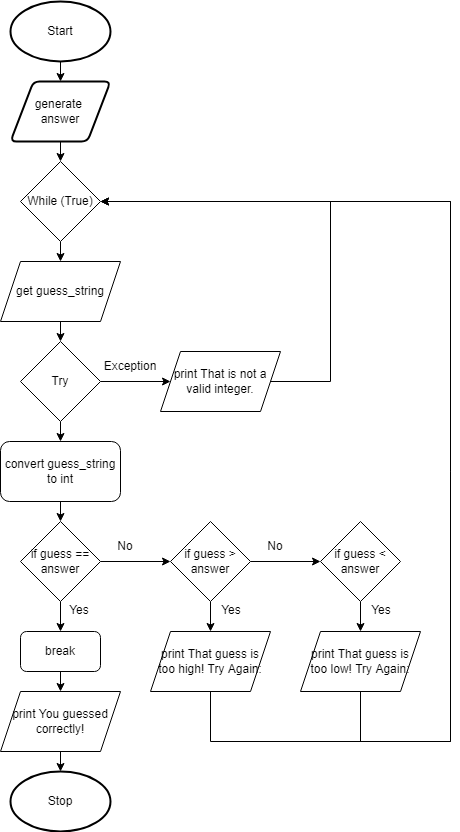
This is drawio/flowchart/flowchart.png from Aidan-Lalonde-Novales/ICS3U-Unit4-04-Python, a draw.io export, as it was before one commit. Source tidied: cells renumbered, new cells last; positions are measured from the earlier drawing's top-left corner, leaving out a move shared by most shapes. The source it was exported from:
```xml
<mxGraphModel>
  <root>
    <mxCell id="0" />
    <mxCell id="1" parent="0" />
    <mxCell id="2" style="edgeStyle=none;html=1;exitX=0.5;exitY=1;exitDx=0;exitDy=0;exitPerimeter=0;entryX=0.5;entryY=0;entryDx=0;entryDy=0;" parent="1" edge="1" source="3" target="5">
      <mxGeometry relative="1" as="geometry" />
    </mxCell>
    <mxCell id="3" value="Start" style="strokeWidth=2;html=1;shape=mxgraph.flowchart.start_1;whiteSpace=wrap;" parent="1" vertex="1">
      <mxGeometry x="10" width="100" height="60" as="geometry" />
    </mxCell>
    <mxCell id="4" style="edgeStyle=none;html=1;exitX=0.5;exitY=1;exitDx=0;exitDy=0;" parent="1" edge="1" source="5">
      <mxGeometry relative="1" as="geometry">
        <mxPoint x="60" y="160" as="targetPoint" />
      </mxGeometry>
    </mxCell>
    <mxCell id="5" value="generate &lt;br&gt;answer" style="shape=parallelogram;html=1;strokeWidth=2;perimeter=parallelogramPerimeter;whiteSpace=wrap;rounded=1;arcSize=12;size=0.23;" parent="1" vertex="1">
      <mxGeometry x="10" y="80" width="100" height="60" as="geometry" />
    </mxCell>
    <mxCell id="6" value="Stop" style="strokeWidth=2;html=1;shape=mxgraph.flowchart.start_1;whiteSpace=wrap;" parent="1" vertex="1">
      <mxGeometry x="10" y="770" width="100" height="60" as="geometry" />
    </mxCell>
    <mxCell id="7" style="edgeStyle=none;html=1;exitX=0.5;exitY=1;exitDx=0;exitDy=0;entryX=0.5;entryY=0;entryDx=0;entryDy=0;" parent="1" edge="1" source="8" target="13">
      <mxGeometry relative="1" as="geometry" />
    </mxCell>
    <mxCell id="8" value="While (True)" style="rhombus;whiteSpace=wrap;html=1;" parent="1" vertex="1">
      <mxGeometry x="20" y="160" width="80" height="80" as="geometry" />
    </mxCell>
    <mxCell id="9" style="edgeStyle=none;html=1;exitX=1;exitY=0.5;exitDx=0;exitDy=0;entryX=0;entryY=0.5;entryDx=0;entryDy=0;" parent="1" edge="1" source="11" target="15">
      <mxGeometry relative="1" as="geometry" />
    </mxCell>
    <mxCell id="10" style="edgeStyle=none;rounded=0;html=1;exitX=0.5;exitY=1;exitDx=0;exitDy=0;entryX=0.5;entryY=0;entryDx=0;entryDy=0;" parent="1" edge="1" source="11" target="17">
      <mxGeometry relative="1" as="geometry" />
    </mxCell>
    <mxCell id="11" value="Try" style="rhombus;whiteSpace=wrap;html=1;" parent="1" vertex="1">
      <mxGeometry x="20" y="340" width="80" height="80" as="geometry" />
    </mxCell>
    <mxCell id="12" style="edgeStyle=none;html=1;exitX=0.5;exitY=1;exitDx=0;exitDy=0;entryX=0.5;entryY=0;entryDx=0;entryDy=0;" parent="1" edge="1" source="13" target="11">
      <mxGeometry relative="1" as="geometry" />
    </mxCell>
    <mxCell id="13" value="get guess_string" style="shape=parallelogram;perimeter=parallelogramPerimeter;whiteSpace=wrap;html=1;fixedSize=1;" parent="1" vertex="1">
      <mxGeometry y="260" width="120" height="60" as="geometry" />
    </mxCell>
    <mxCell id="14" style="edgeStyle=none;html=1;exitX=1;exitY=0.5;exitDx=0;exitDy=0;entryX=1;entryY=0.5;entryDx=0;entryDy=0;rounded=0;" parent="1" edge="1" source="15" target="8">
      <mxGeometry relative="1" as="geometry">
        <Array as="points">
          <mxPoint x="330" y="380" />
          <mxPoint x="330" y="200" />
        </Array>
      </mxGeometry>
    </mxCell>
    <mxCell id="15" value="print That is not a valid integer." style="shape=parallelogram;perimeter=parallelogramPerimeter;whiteSpace=wrap;html=1;fixedSize=1;" parent="1" vertex="1">
      <mxGeometry x="160" y="350" width="120" height="60" as="geometry" />
    </mxCell>
    <mxCell id="16" style="edgeStyle=none;rounded=0;html=1;exitX=0.5;exitY=1;exitDx=0;exitDy=0;entryX=0.5;entryY=0;entryDx=0;entryDy=0;" parent="1" edge="1" source="17" target="20">
      <mxGeometry relative="1" as="geometry" />
    </mxCell>
    <mxCell id="17" value="convert guess_string to int" style="rounded=1;whiteSpace=wrap;html=1;" parent="1" vertex="1">
      <mxGeometry y="440" width="120" height="60" as="geometry" />
    </mxCell>
    <mxCell id="18" style="edgeStyle=none;rounded=0;html=1;exitX=0.5;exitY=1;exitDx=0;exitDy=0;entryX=0.5;entryY=0;entryDx=0;entryDy=0;" parent="1" edge="1" source="20" target="24">
      <mxGeometry relative="1" as="geometry" />
    </mxCell>
    <mxCell id="19" style="edgeStyle=none;rounded=0;html=1;exitX=1;exitY=0.5;exitDx=0;exitDy=0;entryX=0;entryY=0.5;entryDx=0;entryDy=0;" parent="1" edge="1" source="20" target="28">
      <mxGeometry relative="1" as="geometry" />
    </mxCell>
    <mxCell id="20" value="if guess == answer" style="rhombus;whiteSpace=wrap;html=1;" parent="1" vertex="1">
      <mxGeometry x="20" y="520" width="80" height="80" as="geometry" />
    </mxCell>
    <mxCell id="21" style="edgeStyle=none;rounded=0;html=1;exitX=0.5;exitY=1;exitDx=0;exitDy=0;entryX=0.5;entryY=0;entryDx=0;entryDy=0;entryPerimeter=0;" parent="1" edge="1" source="22" target="6">
      <mxGeometry relative="1" as="geometry" />
    </mxCell>
    <mxCell id="22" value="print You guessed correctly!" style="shape=parallelogram;perimeter=parallelogramPerimeter;whiteSpace=wrap;html=1;fixedSize=1;" parent="1" vertex="1">
      <mxGeometry y="690" width="120" height="60" as="geometry" />
    </mxCell>
    <mxCell id="23" style="edgeStyle=none;rounded=0;html=1;exitX=0.5;exitY=1;exitDx=0;exitDy=0;entryX=0.5;entryY=0;entryDx=0;entryDy=0;" parent="1" edge="1" source="24" target="22">
      <mxGeometry relative="1" as="geometry" />
    </mxCell>
    <mxCell id="24" value="break" style="rounded=1;whiteSpace=wrap;html=1;" parent="1" vertex="1">
      <mxGeometry x="20" y="630" width="80" height="40" as="geometry" />
    </mxCell>
    <mxCell id="25" value="Yes" style="text;html=1;strokeColor=none;fillColor=none;align=center;verticalAlign=middle;whiteSpace=wrap;rounded=0;" parent="1" vertex="1">
      <mxGeometry x="64" y="594" width="30" height="30" as="geometry" />
    </mxCell>
    <mxCell id="26" style="edgeStyle=none;rounded=0;html=1;exitX=0.5;exitY=1;exitDx=0;exitDy=0;entryX=0.5;entryY=0;entryDx=0;entryDy=0;" parent="1" edge="1" source="28" target="31">
      <mxGeometry relative="1" as="geometry" />
    </mxCell>
    <mxCell id="27" style="edgeStyle=none;rounded=0;html=1;exitX=1;exitY=0.5;exitDx=0;exitDy=0;entryX=0;entryY=0.5;entryDx=0;entryDy=0;" parent="1" edge="1" source="28" target="34">
      <mxGeometry relative="1" as="geometry" />
    </mxCell>
    <mxCell id="28" value="if guess &amp;gt; answer" style="rhombus;whiteSpace=wrap;html=1;" parent="1" vertex="1">
      <mxGeometry x="170" y="520" width="80" height="80" as="geometry" />
    </mxCell>
    <mxCell id="29" value="No" style="text;html=1;strokeColor=none;fillColor=none;align=center;verticalAlign=middle;whiteSpace=wrap;rounded=0;" parent="1" vertex="1">
      <mxGeometry x="110" y="530" width="30" height="30" as="geometry" />
    </mxCell>
    <mxCell id="30" style="edgeStyle=none;rounded=0;html=1;exitX=0.5;exitY=1;exitDx=0;exitDy=0;entryX=1;entryY=0.5;entryDx=0;entryDy=0;" parent="1" edge="1" source="31" target="8">
      <mxGeometry relative="1" as="geometry">
        <Array as="points">
          <mxPoint x="210" y="740" />
          <mxPoint x="450" y="740" />
          <mxPoint x="450" y="200" />
        </Array>
      </mxGeometry>
    </mxCell>
    <mxCell id="31" value="print That guess is too high! Try Again:" style="shape=parallelogram;perimeter=parallelogramPerimeter;whiteSpace=wrap;html=1;fixedSize=1;" parent="1" vertex="1">
      <mxGeometry x="150" y="630" width="120" height="60" as="geometry" />
    </mxCell>
    <mxCell id="32" value="Yes" style="text;html=1;strokeColor=none;fillColor=none;align=center;verticalAlign=middle;whiteSpace=wrap;rounded=0;" parent="1" vertex="1">
      <mxGeometry x="216" y="594" width="30" height="30" as="geometry" />
    </mxCell>
    <mxCell id="33" style="edgeStyle=none;rounded=0;html=1;exitX=0.5;exitY=1;exitDx=0;exitDy=0;entryX=0.5;entryY=0;entryDx=0;entryDy=0;" parent="1" edge="1" source="34" target="37">
      <mxGeometry relative="1" as="geometry" />
    </mxCell>
    <mxCell id="34" value="if guess &amp;lt; answer" style="rhombus;whiteSpace=wrap;html=1;" parent="1" vertex="1">
      <mxGeometry x="320" y="520" width="80" height="80" as="geometry" />
    </mxCell>
    <mxCell id="35" value="No" style="text;html=1;strokeColor=none;fillColor=none;align=center;verticalAlign=middle;whiteSpace=wrap;rounded=0;" parent="1" vertex="1">
      <mxGeometry x="260" y="530" width="30" height="30" as="geometry" />
    </mxCell>
    <mxCell id="36" style="edgeStyle=none;rounded=0;html=1;exitX=0.5;exitY=1;exitDx=0;exitDy=0;entryX=1;entryY=0.5;entryDx=0;entryDy=0;" parent="1" edge="1" source="37" target="8">
      <mxGeometry relative="1" as="geometry">
        <Array as="points">
          <mxPoint x="360" y="740" />
          <mxPoint x="450" y="740" />
          <mxPoint x="450" y="200" />
        </Array>
      </mxGeometry>
    </mxCell>
    <mxCell id="37" value="print That guess is too low! Try Again:" style="shape=parallelogram;perimeter=parallelogramPerimeter;whiteSpace=wrap;html=1;fixedSize=1;" parent="1" vertex="1">
      <mxGeometry x="300" y="630" width="120" height="60" as="geometry" />
    </mxCell>
    <mxCell id="38" value="Yes" style="text;html=1;strokeColor=none;fillColor=none;align=center;verticalAlign=middle;whiteSpace=wrap;rounded=0;" parent="1" vertex="1">
      <mxGeometry x="366" y="594" width="30" height="30" as="geometry" />
    </mxCell>
    <mxCell id="39" value="Exception" style="text;html=1;strokeColor=none;fillColor=none;align=center;verticalAlign=middle;whiteSpace=wrap;rounded=0;" parent="1" vertex="1">
      <mxGeometry x="100" y="350" width="60" height="30" as="geometry" />
    </mxCell>
  </root>
</mxGraphModel>
```
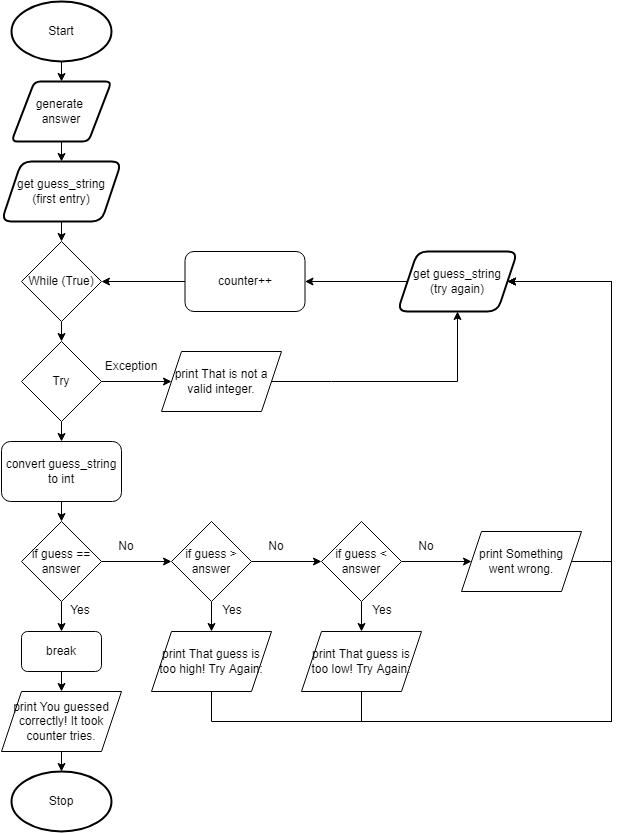
Later version of the same file.

What changed in the source:
```diff
@@ -19,11 +19,11 @@
     <mxCell id="6" value="Stop" style="strokeWidth=2;html=1;shape=mxgraph.flowchart.start_1;whiteSpace=wrap;" parent="1" vertex="1">
       <mxGeometry x="10" y="770" width="100" height="60" as="geometry" />
     </mxCell>
-    <mxCell id="7" style="edgeStyle=none;html=1;exitX=0.5;exitY=1;exitDx=0;exitDy=0;entryX=0.5;entryY=0;entryDx=0;entryDy=0;" parent="1" edge="1" source="8" target="13">
-      <mxGeometry relative="1" as="geometry" />
-    </mxCell>
+    <mxCell id="40" style="edgeStyle=none;html=1;exitX=0.5;exitY=1;exitDx=0;exitDy=0;entryX=0.5;entryY=0;entryDx=0;entryDy=0;" parent="1" edge="1" source="8" target="11">
+      <mxGeometry relative="1" as="geometry" />
+    </mxCell>
     <mxCell id="8" value="While (True)" style="rhombus;whiteSpace=wrap;html=1;" parent="1" vertex="1">
-      <mxGeometry x="20" y="160" width="80" height="80" as="geometry" />
+      <mxGeometry x="20" y="240" width="80" height="80" as="geometry" />
     </mxCell>
     <mxCell id="9" style="edgeStyle=none;html=1;exitX=1;exitY=0.5;exitDx=0;exitDy=0;entryX=0;entryY=0.5;entryDx=0;entryDy=0;" parent="1" edge="1" source="11" target="15">
       <mxGeometry relative="1" as="geometry" />
@@ -34,17 +34,17 @@
     <mxCell id="11" value="Try" style="rhombus;whiteSpace=wrap;html=1;" parent="1" vertex="1">
       <mxGeometry x="20" y="340" width="80" height="80" as="geometry" />
     </mxCell>
-    <mxCell id="12" style="edgeStyle=none;html=1;exitX=0.5;exitY=1;exitDx=0;exitDy=0;entryX=0.5;entryY=0;entryDx=0;entryDy=0;" parent="1" edge="1" source="13" target="11">
-      <mxGeometry relative="1" as="geometry" />
-    </mxCell>
+    <mxCell id="41" style="edgeStyle=none;html=1;exitX=0.5;exitY=1;exitDx=0;exitDy=0;entryX=0.5;entryY=0;entryDx=0;entryDy=0;" parent="1" edge="1" source="13" target="8">
+      <mxGeometry relative="1" as="geometry" />
+    </mxCell>
-    <mxCell id="13" value="get guess_string" style="shape=parallelogram;perimeter=parallelogramPerimeter;whiteSpace=wrap;html=1;fixedSize=1;" parent="1" vertex="1">
-      <mxGeometry y="260" width="120" height="60" as="geometry" />
+    <mxCell id="13" value="get guess_string&lt;br&gt;(first entry)" style="shape=parallelogram;perimeter=parallelogramPerimeter;whiteSpace=wrap;html=1;fixedSize=1;rounded=1;strokeWidth=2;" parent="1" vertex="1">
+      <mxGeometry y="160" width="120" height="60" as="geometry" />
     </mxCell>
-    <mxCell id="14" style="edgeStyle=none;html=1;exitX=1;exitY=0.5;exitDx=0;exitDy=0;entryX=1;entryY=0.5;entryDx=0;entryDy=0;rounded=0;" parent="1" edge="1" source="15" target="8">
+    <mxCell id="14" style="edgeStyle=none;html=1;exitX=1;exitY=0.5;exitDx=0;exitDy=0;entryX=0.5;entryY=1;entryDx=0;entryDy=0;rounded=0;" parent="1" edge="1" source="15" target="49">
       <mxGeometry relative="1" as="geometry">
         <Array as="points">
           <mxPoint x="330" y="380" />
-          <mxPoint x="330" y="200" />
+          <mxPoint x="456" y="380" />
         </Array>
       </mxGeometry>
     </mxCell>
@@ -69,7 +69,7 @@
     <mxCell id="21" style="edgeStyle=none;rounded=0;html=1;exitX=0.5;exitY=1;exitDx=0;exitDy=0;entryX=0.5;entryY=0;entryDx=0;entryDy=0;entryPerimeter=0;" parent="1" edge="1" source="22" target="6">
       <mxGeometry relative="1" as="geometry" />
     </mxCell>
-    <mxCell id="22" value="print You guessed correctly!" style="shape=parallelogram;perimeter=parallelogramPerimeter;whiteSpace=wrap;html=1;fixedSize=1;" parent="1" vertex="1">
+    <mxCell id="22" value="print You guessed correctly! It took counter tries." style="shape=parallelogram;perimeter=parallelogramPerimeter;whiteSpace=wrap;html=1;fixedSize=1;" parent="1" vertex="1">
       <mxGeometry y="690" width="120" height="60" as="geometry" />
     </mxCell>
     <mxCell id="23" style="edgeStyle=none;rounded=0;html=1;exitX=0.5;exitY=1;exitDx=0;exitDy=0;entryX=0.5;entryY=0;entryDx=0;entryDy=0;" parent="1" edge="1" source="24" target="22">
@@ -93,15 +93,15 @@
     <mxCell id="29" value="No" style="text;html=1;strokeColor=none;fillColor=none;align=center;verticalAlign=middle;whiteSpace=wrap;rounded=0;" parent="1" vertex="1">
       <mxGeometry x="110" y="530" width="30" height="30" as="geometry" />
     </mxCell>
-    <mxCell id="30" style="edgeStyle=none;rounded=0;html=1;exitX=0.5;exitY=1;exitDx=0;exitDy=0;entryX=1;entryY=0.5;entryDx=0;entryDy=0;" parent="1" edge="1" source="31" target="8">
-      <mxGeometry relative="1" as="geometry">
-        <Array as="points">
-          <mxPoint x="210" y="740" />
-          <mxPoint x="450" y="740" />
-          <mxPoint x="450" y="200" />
-        </Array>
-      </mxGeometry>
-    </mxCell>
+    <mxCell id="42" style="edgeStyle=none;html=1;exitX=0.5;exitY=1;exitDx=0;exitDy=0;entryX=1;entryY=0.5;entryDx=0;entryDy=0;rounded=0;" parent="1" edge="1" source="31" target="49">
+      <mxGeometry relative="1" as="geometry">
+        <Array as="points">
+          <mxPoint x="210" y="720" />
+          <mxPoint x="610" y="720" />
+          <mxPoint x="610" y="280" />
+        </Array>
+      </mxGeometry>
+    </mxCell>
     <mxCell id="31" value="print That guess is too high! Try Again:" style="shape=parallelogram;perimeter=parallelogramPerimeter;whiteSpace=wrap;html=1;fixedSize=1;" parent="1" vertex="1">
       <mxGeometry x="150" y="630" width="120" height="60" as="geometry" />
     </mxCell>
@@ -111,21 +111,24 @@
     <mxCell id="33" style="edgeStyle=none;rounded=0;html=1;exitX=0.5;exitY=1;exitDx=0;exitDy=0;entryX=0.5;entryY=0;entryDx=0;entryDy=0;" parent="1" edge="1" source="34" target="37">
       <mxGeometry relative="1" as="geometry" />
     </mxCell>
+    <mxCell id="43" style="edgeStyle=none;html=1;exitX=1;exitY=0.5;exitDx=0;exitDy=0;entryX=0;entryY=0.5;entryDx=0;entryDy=0;" parent="1" edge="1" source="34" target="47">
+      <mxGeometry relative="1" as="geometry" />
+    </mxCell>
     <mxCell id="34" value="if guess &amp;lt; answer" style="rhombus;whiteSpace=wrap;html=1;" parent="1" vertex="1">
       <mxGeometry x="320" y="520" width="80" height="80" as="geometry" />
     </mxCell>
     <mxCell id="35" value="No" style="text;html=1;strokeColor=none;fillColor=none;align=center;verticalAlign=middle;whiteSpace=wrap;rounded=0;" parent="1" vertex="1">
       <mxGeometry x="260" y="530" width="30" height="30" as="geometry" />
     </mxCell>
-    <mxCell id="36" style="edgeStyle=none;rounded=0;html=1;exitX=0.5;exitY=1;exitDx=0;exitDy=0;entryX=1;entryY=0.5;entryDx=0;entryDy=0;" parent="1" edge="1" source="37" target="8">
-      <mxGeometry relative="1" as="geometry">
-        <Array as="points">
-          <mxPoint x="360" y="740" />
-          <mxPoint x="450" y="740" />
-          <mxPoint x="450" y="200" />
-        </Array>
-      </mxGeometry>
-    </mxCell>
+    <mxCell id="44" style="edgeStyle=none;rounded=0;html=1;exitX=0.5;exitY=1;exitDx=0;exitDy=0;entryX=1;entryY=0.5;entryDx=0;entryDy=0;" parent="1" edge="1" source="37" target="49">
+      <mxGeometry relative="1" as="geometry">
+        <Array as="points">
+          <mxPoint x="360" y="720" />
+          <mxPoint x="610" y="720" />
+          <mxPoint x="610" y="280" />
+        </Array>
+      </mxGeometry>
+    </mxCell>
     <mxCell id="37" value="print That guess is too low! Try Again:" style="shape=parallelogram;perimeter=parallelogramPerimeter;whiteSpace=wrap;html=1;fixedSize=1;" parent="1" vertex="1">
       <mxGeometry x="300" y="630" width="120" height="60" as="geometry" />
     </mxCell>
@@ -135,5 +138,32 @@
     <mxCell id="39" value="Exception" style="text;html=1;strokeColor=none;fillColor=none;align=center;verticalAlign=middle;whiteSpace=wrap;rounded=0;" parent="1" vertex="1">
       <mxGeometry x="100" y="350" width="60" height="30" as="geometry" />
     </mxCell>
+    <mxCell id="45" value="No" style="text;html=1;strokeColor=none;fillColor=none;align=center;verticalAlign=middle;whiteSpace=wrap;rounded=0;" parent="1" vertex="1">
+      <mxGeometry x="410" y="530" width="30" height="30" as="geometry" />
+    </mxCell>
+    <mxCell id="46" style="edgeStyle=none;rounded=0;html=1;exitX=1;exitY=0.5;exitDx=0;exitDy=0;entryX=1;entryY=0.5;entryDx=0;entryDy=0;" parent="1" edge="1" source="47" target="49">
+      <mxGeometry relative="1" as="geometry">
+        <Array as="points">
+          <mxPoint x="600" y="560" />
+          <mxPoint x="610" y="560" />
+          <mxPoint x="610" y="280" />
+        </Array>
+      </mxGeometry>
+    </mxCell>
+    <mxCell id="47" value="print Something&lt;br&gt;went wrong." style="shape=parallelogram;perimeter=parallelogramPerimeter;whiteSpace=wrap;html=1;fixedSize=1;" parent="1" vertex="1">
+      <mxGeometry x="460" y="530" width="120" height="60" as="geometry" />
+    </mxCell>
+    <mxCell id="48" style="edgeStyle=none;rounded=0;html=1;exitX=0;exitY=0.5;exitDx=0;exitDy=0;entryX=1;entryY=0.5;entryDx=0;entryDy=0;" parent="1" edge="1" source="49" target="51">
+      <mxGeometry relative="1" as="geometry" />
+    </mxCell>
+    <mxCell id="49" value="get guess_string&lt;br&gt;(try again)" style="shape=parallelogram;perimeter=parallelogramPerimeter;whiteSpace=wrap;html=1;fixedSize=1;rounded=1;strokeWidth=2;" parent="1" vertex="1">
+      <mxGeometry x="396" y="250" width="120" height="60" as="geometry" />
+    </mxCell>
+    <mxCell id="50" style="edgeStyle=none;rounded=0;html=1;exitX=0;exitY=0.5;exitDx=0;exitDy=0;entryX=1;entryY=0.5;entryDx=0;entryDy=0;" parent="1" edge="1" source="51" target="8">
+      <mxGeometry relative="1" as="geometry" />
+    </mxCell>
+    <mxCell id="51" value="counter++" style="rounded=1;whiteSpace=wrap;html=1;" parent="1" vertex="1">
+      <mxGeometry x="183.5" y="250" width="120" height="60" as="geometry" />
+    </mxCell>
   </root>
 </mxGraphModel>
```
